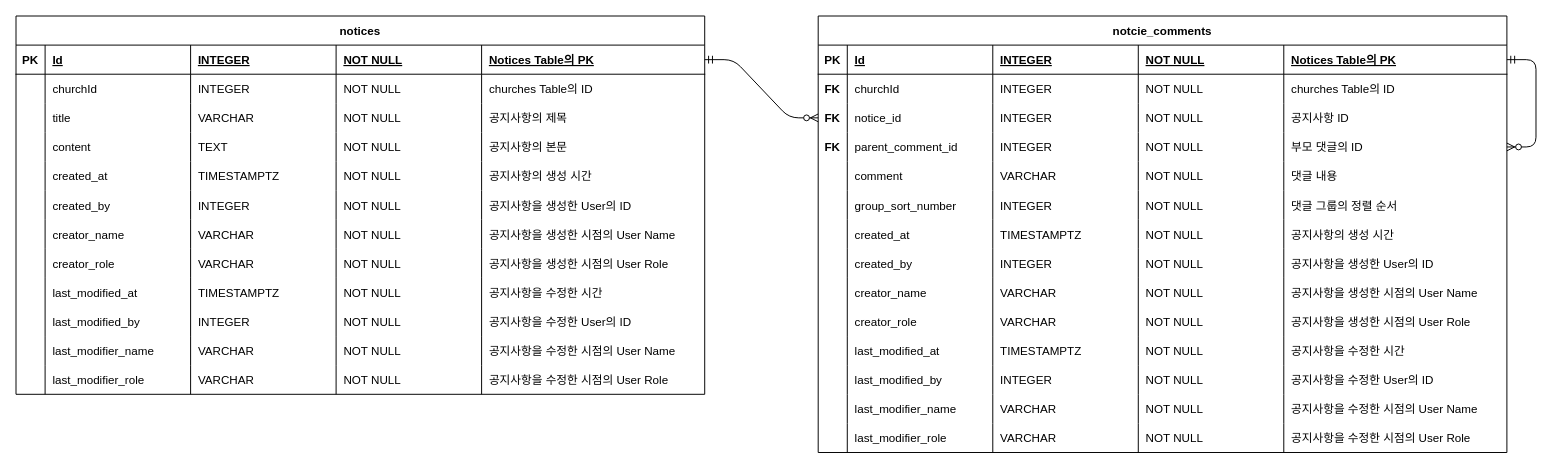
Earlier version of the draw.io diagram doc/erd/notice/notice.dio (i-am-a-toy/pyc_backend). Source tidied: cells renumbered, new cells numbered last; positions are measured from the earlier drawing's top-left corner, leaving out a move shared by most shapes. Both pictures are drawn from the tidied source at 97%, with x=0, y=0 at pixel (16, 16).
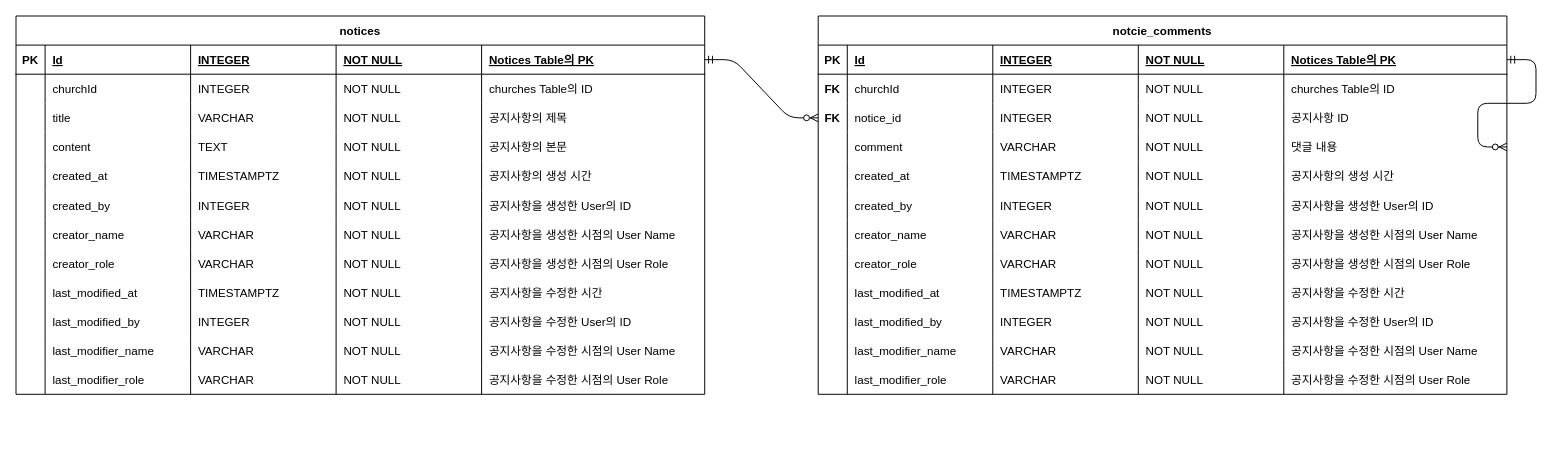
After the change.

Commit message:
📝 Update: notice, notice comment erd

Unchanged cells that the change refers to:
```xml
<mxCell id="76" style="shape=partialRectangle;fillColor=none;top=0;left=0;bottom=1;right=0;points=[[0,0.5],[1,0.5]];portConstraint=eastwest;" parent="75" vertex="1">
  <mxGeometry y="30" width="710" height="30" as="geometry" />
</mxCell>
```

The edit, as a diff of the source:
```diff
@@
     <mxCell id="75" value="notcie_comments" style="shape=table;startSize=30;childLayout=tableLayout;rowLines=0;fontStyle=1;align=center;" parent="1" vertex="1">
-      <mxGeometry x="827" width="710" height="450" as="geometry" />
+      <mxGeometry x="827" width="710" height="390" as="geometry" />
     </mxCell>
@@
-    <mxCell id="94" style="shape=partialRectangle;fillColor=none;top=0;left=0;bottom=0;right=0;points=[[0,0.5],[1,0.5]];portConstraint=eastwest;" parent="75" vertex="1">
-      <mxGeometry y="120" width="710" height="30" as="geometry" />
-    </mxCell>
-    <mxCell id="95" value="FK" style="shape=partialRectangle;fillColor=none;top=0;left=0;bottom=0;right=0;overflow=hidden;fontStyle=1;" parent="94" vertex="1">
-      <mxGeometry width="30" height="30" as="geometry" />
-    </mxCell>
-    <mxCell id="96" value="parent_comment_id" style="shape=partialRectangle;fillColor=none;top=0;left=0;bottom=0;right=0;align=left;spacingLeft=6;overflow=hidden;" parent="94" vertex="1">
-      <mxGeometry x="30" width="150" height="30" as="geometry" />
-    </mxCell>
-    <mxCell id="97" value="INTEGER" style="shape=partialRectangle;fillColor=none;top=0;left=0;bottom=0;right=0;align=left;spacingLeft=6;overflow=hidden;" parent="94" vertex="1">
-      <mxGeometry x="180" width="150" height="30" as="geometry" />
-    </mxCell>
-    <mxCell id="98" value="NOT NULL" style="shape=partialRectangle;fillColor=none;top=0;left=0;bottom=0;right=0;align=left;spacingLeft=6;overflow=hidden;" parent="94" vertex="1">
-      <mxGeometry x="330" width="150" height="30" as="geometry" />
-    </mxCell>
-    <mxCell id="99" value="부모 댓글의 ID" style="shape=partialRectangle;fillColor=none;top=0;left=0;bottom=0;right=0;align=left;spacingLeft=6;overflow=hidden;" parent="94" vertex="1">
-      <mxGeometry x="480" width="230" height="30" as="geometry" />
-    </mxCell>
     <mxCell id="100" style="shape=partialRectangle;fillColor=none;top=0;left=0;bottom=0;right=0;" parent="75" vertex="1">
-      <mxGeometry y="150" width="710" height="30" as="geometry" />
+      <mxGeometry y="120" width="710" height="30" as="geometry" />
     </mxCell>
@@
-    <mxCell id="106" style="shape=partialRectangle;fillColor=none;top=0;left=0;bottom=0;right=0;" parent="75" vertex="1">
-      <mxGeometry y="180" width="710" height="30" as="geometry" />
-    </mxCell>
-    <mxCell id="107" style="shape=partialRectangle;fillColor=none;top=0;left=0;bottom=0;right=0;overflow=hidden;" parent="106" vertex="1">
-      <mxGeometry width="30" height="30" as="geometry" />
-    </mxCell>
-    <mxCell id="108" value="group_sort_number" style="shape=partialRectangle;fillColor=none;top=0;left=0;bottom=0;right=0;align=left;spacingLeft=6;overflow=hidden;" parent="106" vertex="1">
-      <mxGeometry x="30" width="150" height="30" as="geometry" />
-    </mxCell>
-    <mxCell id="109" value="INTEGER" style="shape=partialRectangle;fillColor=none;top=0;left=0;bottom=0;right=0;align=left;spacingLeft=6;overflow=hidden;" parent="106" vertex="1">
-      <mxGeometry x="180" width="150" height="30" as="geometry" />
-    </mxCell>
-    <mxCell id="110" value="NOT NULL" style="shape=partialRectangle;fillColor=none;top=0;left=0;bottom=0;right=0;align=left;spacingLeft=6;overflow=hidden;" parent="106" vertex="1">
-      <mxGeometry x="330" width="150" height="30" as="geometry" />
-    </mxCell>
-    <mxCell id="111" value="댓글 그룹의 정렬 순서" style="shape=partialRectangle;fillColor=none;top=0;left=0;bottom=0;right=0;align=left;spacingLeft=6;overflow=hidden;" parent="106" vertex="1">
-      <mxGeometry x="480" width="230" height="30" as="geometry" />
-    </mxCell>
     <mxCell id="112" style="shape=partialRectangle;fillColor=none;top=0;left=0;bottom=0;right=0;" parent="75" vertex="1">
-      <mxGeometry y="210" width="710" height="30" as="geometry" />
+      <mxGeometry y="150" width="710" height="30" as="geometry" />
     </mxCell>
@@
     <mxCell id="118" style="shape=partialRectangle;fillColor=none;top=0;left=0;bottom=0;right=0;" parent="75" vertex="1">
-      <mxGeometry y="240" width="710" height="30" as="geometry" />
+      <mxGeometry y="180" width="710" height="30" as="geometry" />
     </mxCell>
@@
     <mxCell id="124" style="shape=partialRectangle;fillColor=none;top=0;left=0;bottom=0;right=0;" parent="75" vertex="1">
-      <mxGeometry y="270" width="710" height="30" as="geometry" />
+      <mxGeometry y="210" width="710" height="30" as="geometry" />
     </mxCell>
@@
     <mxCell id="130" style="shape=partialRectangle;fillColor=none;top=0;left=0;bottom=0;right=0;" parent="75" vertex="1">
-      <mxGeometry y="300" width="710" height="30" as="geometry" />
+      <mxGeometry y="240" width="710" height="30" as="geometry" />
     </mxCell>
@@
     <mxCell id="136" style="shape=partialRectangle;fillColor=none;top=0;left=0;bottom=0;right=0;" parent="75" vertex="1">
-      <mxGeometry y="330" width="710" height="30" as="geometry" />
+      <mxGeometry y="270" width="710" height="30" as="geometry" />
     </mxCell>
@@
     <mxCell id="142" style="shape=partialRectangle;fillColor=none;top=0;left=0;bottom=0;right=0;" parent="75" vertex="1">
-      <mxGeometry y="360" width="710" height="30" as="geometry" />
+      <mxGeometry y="300" width="710" height="30" as="geometry" />
     </mxCell>
@@
     <mxCell id="148" style="shape=partialRectangle;fillColor=none;top=0;left=0;bottom=0;right=0;" parent="75" vertex="1">
-      <mxGeometry y="390" width="710" height="30" as="geometry" />
+      <mxGeometry y="330" width="710" height="30" as="geometry" />
     </mxCell>
@@
     <mxCell id="154" style="shape=partialRectangle;fillColor=none;top=0;left=0;bottom=0;right=0;" parent="75" vertex="1">
-      <mxGeometry y="420" width="710" height="30" as="geometry" />
+      <mxGeometry y="360" width="710" height="30" as="geometry" />
     </mxCell>
@@
-    <mxCell id="160" style="edgeStyle=entityRelationEdgeStyle;fontSize=12;html=1;endArrow=ERzeroToMany;startArrow=ERmandOne;exitX=1;exitY=0.5;exitDx=0;exitDy=0;entryX=1;entryY=0.5;entryDx=0;entryDy=0;" parent="75" edge="1" source="76" target="94">
-      <mxGeometry relative="1" as="geometry" />
+    <mxCell id="160" style="edgeStyle=entityRelationEdgeStyle;fontSize=12;html=1;endArrow=ERzeroToMany;startArrow=ERmandOne;exitX=1;exitY=0.5;exitDx=0;exitDy=0;entryX=1;entryY=0.5;entryDx=0;entryDy=0;" parent="75" edge="1" source="76">
+      <mxGeometry relative="1" as="geometry">
+        <mxPoint x="710" y="135" as="targetPoint" />
+      </mxGeometry>
     </mxCell>
```
